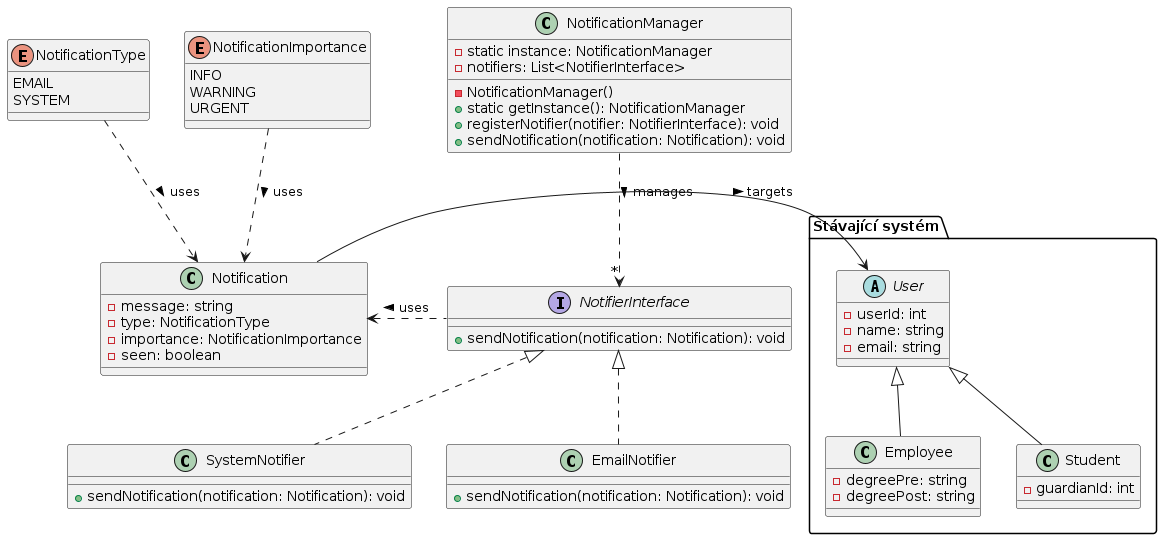
Earlier version of the PlantUML export images/cl-notifikacni-system.png (DanielADK/tul-bp).
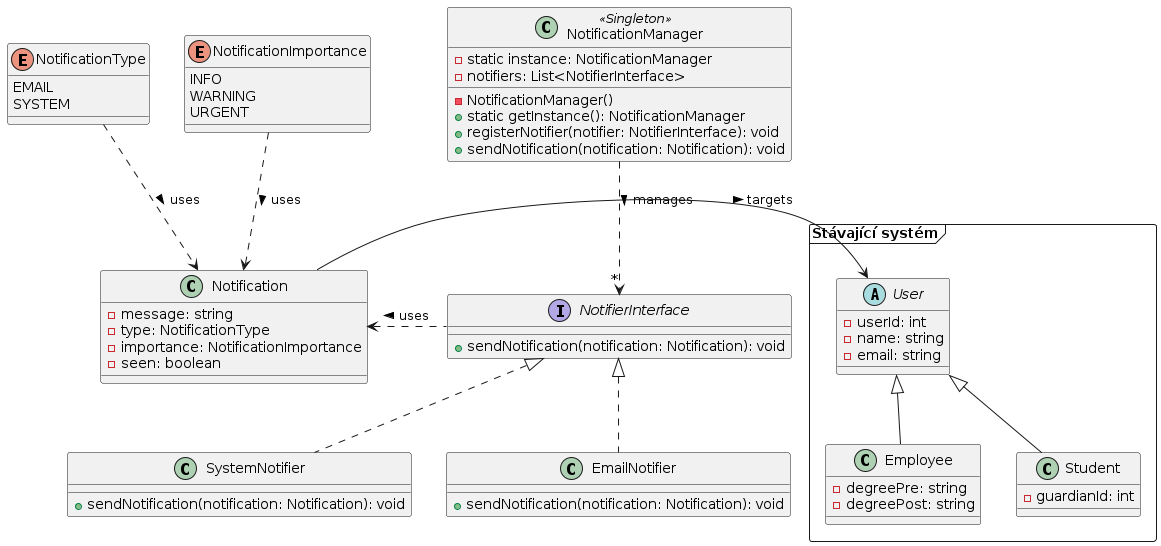
Later version of the same file.

The edit, as a diff of the source:
```diff
@@ -1,5 +1,5 @@
 @startuml
-package "Stávající systém" {
+package "Stávající systém" <<Frame>> {
     abstract class User {
         -userId: int
         -name: string
@@ -38,7 +38,7 @@
     URGENT
 }
 
-class NotificationManager {
+class NotificationManager <<Singleton>> {
     -static instance: NotificationManager
     -notifiers: List<NotifierInterface>
 
```
